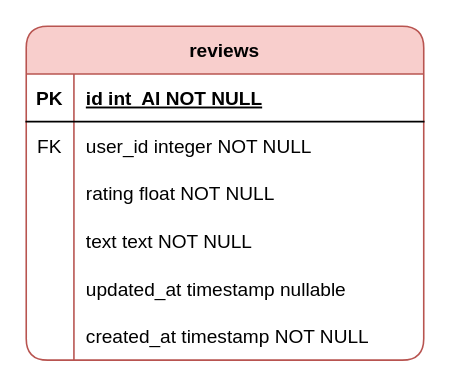
Above: page "Reviews" (7 of 9) of devStorage/DatabaseModel.drawio in AndrewVozniak/WorldPath (draw.io), before the change. Source tidied: cells renumbered, new cells numbered last; positions are measured from the earlier drawing's top-left corner, leaving out a move shared by most shapes. Both pictures are drawn from the tidied source at 159%, with x=0, y=0 at pixel (25, 25).
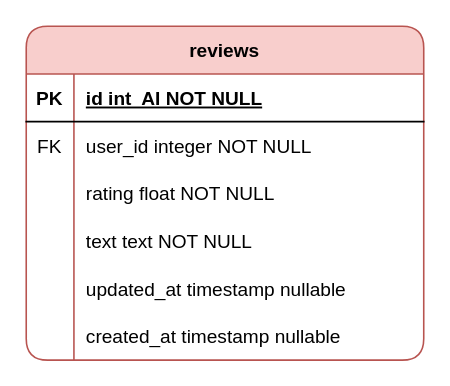
Above is the later version.

Unchanged cells that the change refers to:
```xml
<mxCell id="18" style="shape=partialRectangle;fillColor=none;top=0;left=0;right=0;bottom=0;" parent="2" vertex="1">
  <mxGeometry y="180" width="250" height="30" as="geometry" />
</mxCell>
```

The edit, as a diff of the source:
```diff
@@
-    <mxCell id="20" value="created_at timestamp NOT NULL" style="shape=partialRectangle;overflow=hidden;fillColor=none;top=0;left=0;bottom=0;right=0;align=left;spacingLeft=6;" parent="18" vertex="1">
+    <mxCell id="20" value="created_at timestamp nullable" style="shape=partialRectangle;overflow=hidden;fillColor=none;top=0;left=0;bottom=0;right=0;align=left;spacingLeft=6;" parent="18" vertex="1">
       <mxGeometry x="30" width="220" height="30" as="geometry" />
     </mxCell>
```
